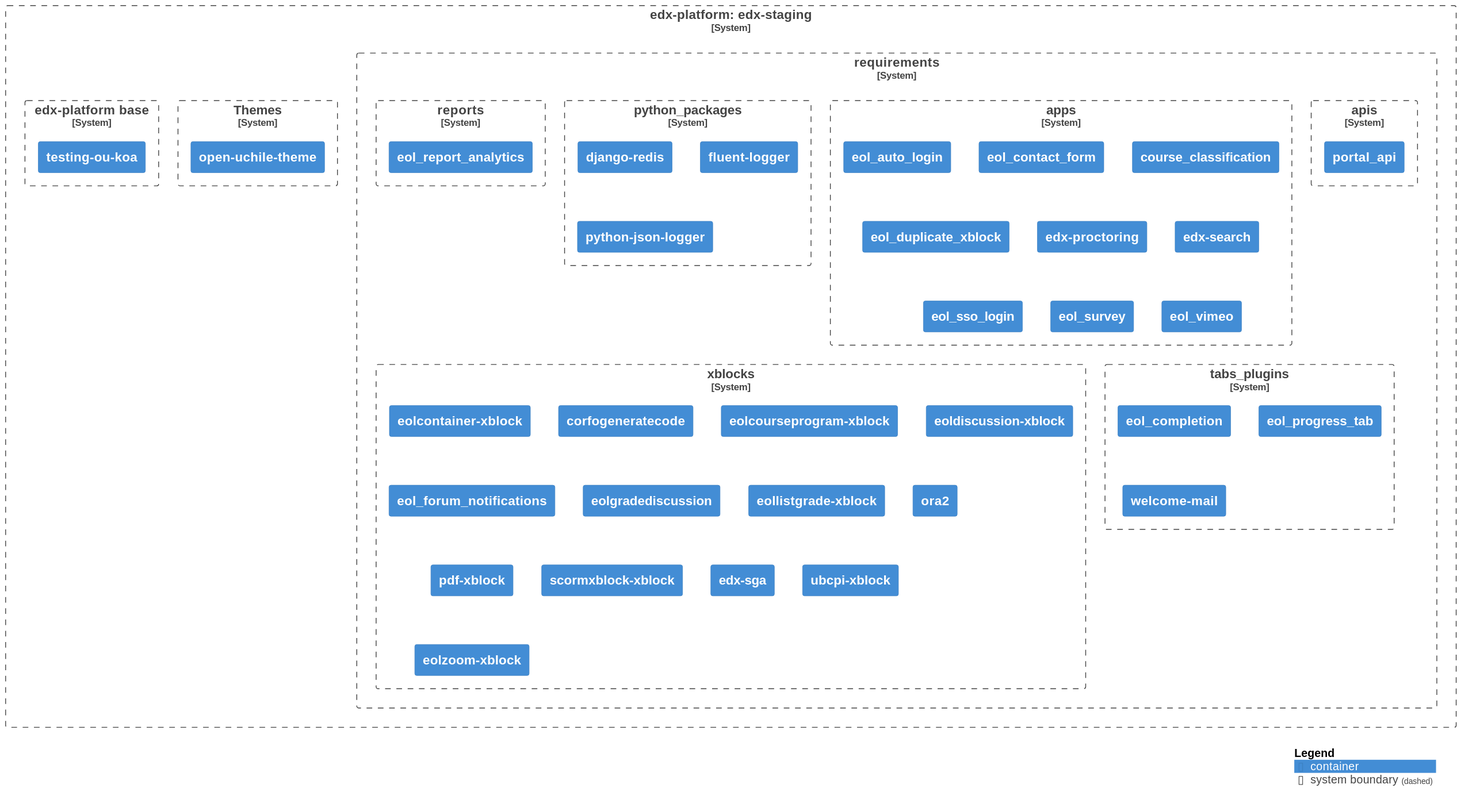
Above: diagrams/diagram.svg in eol-uchile/edx-staging (PlantUML), before the change.
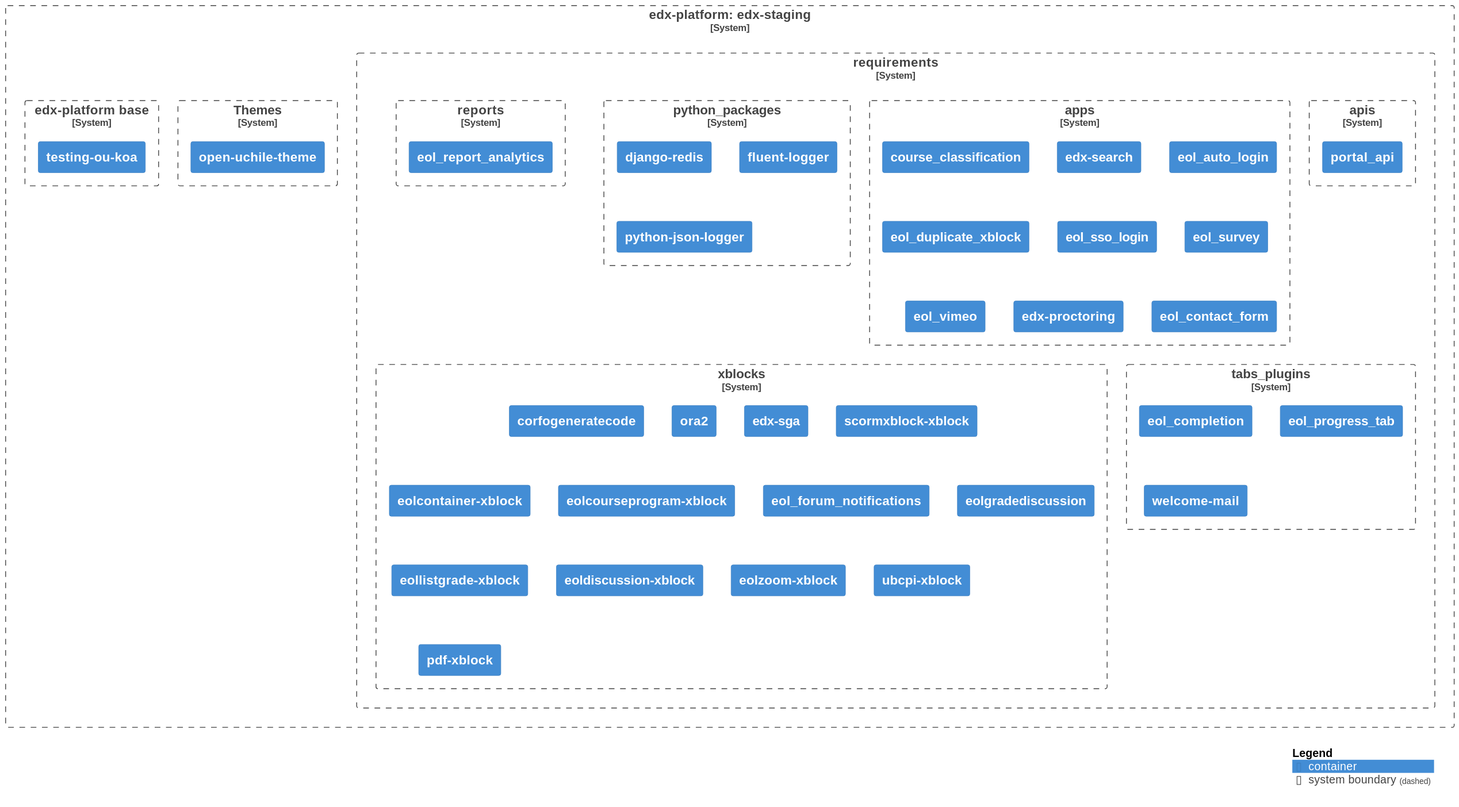
After the change.

Commit message:
Auto-generate UML diagram

The edit, as a diff of the source:
```diff
@@ -15,23 +15,23 @@
 
             System_Boundary(apps, "apps", $link="https://github.com/eol-uchile/edx-staging/blob/openuchile-release/koa/requirements/apps.txt") {
 
-                Container(apps1, "eol_auto_login", $link="https://github.com/eol-uchile/eol_auto_login")
+                Container(apps1, "course_classification", $link="https://github.com/eol-uchile/course_classification")
 
-                Container(apps2, "eol_contact_form", $link="https://github.com/open-uchile/eol_contact_form")
+                Container(apps2, "edx-search", $link="https://github.com/eol-uchile/edx-search")
 
-                Container(apps3, "course_classification", $link="https://github.com/eol-uchile/course_classification")
+                Container(apps3, "eol_auto_login", $link="https://github.com/eol-uchile/eol_auto_login")
 
                 Container(apps4, "eol_duplicate_xblock", $link="https://github.com/eol-uchile/eol_duplicate_xblock")
 
-                Container(apps5, "edx-proctoring", $link="https://github.com/open-uchile/edx-proctoring")
+                Container(apps5, "eol_sso_login", $link="https://github.com/eol-uchile/eol_sso_login")
 
-                Container(apps6, "edx-search", $link="https://github.com/eol-uchile/edx-search")
+                Container(apps6, "eol_survey", $link="https://github.com/eol-uchile/eol_survey")
 
-                Container(apps7, "eol_sso_login", $link="https://github.com/eol-uchile/eol_sso_login")
+                Container(apps7, "eol_vimeo", $link="https://github.com/eol-uchile/eol_vimeo")
 
-                Container(apps8, "eol_survey", $link="https://github.com/eol-uchile/eol_survey")
+                Container(apps8, "edx-proctoring", $link="https://github.com/open-uchile/edx-proctoring")
 
-                Container(apps9, "eol_vimeo", $link="https://github.com/eol-uchile/eol_vimeo")
+                Container(apps9, "eol_contact_form", $link="https://github.com/open-uchile/eol_contact_form")
 
             }
 
@@ -63,31 +63,31 @@
 
             System_Boundary(xblocks, "xblocks", $link="https://github.com/eol-uchile/edx-staging/blob/openuchile-release/koa/requirements/xblocks.txt") {
 
-                Container(xblocks1, "eolcontainer-xblock", $link="https://github.com/eol-uchile/eol-container-xblock.git")
+                Container(xblocks1, "corfogeneratecode", $link="https://github.com/eol-uchile/corfo_generate_code")
 
-                Container(xblocks2, "corfogeneratecode", $link="https://github.com/eol-uchile/corfo_generate_code")
+                Container(xblocks2, "ora2", $link="https://github.com/eol-uchile/edx-ora2")
 
-                Container(xblocks3, "eolcourseprogram-xblock", $link="https://github.com/eol-uchile/eol-course-program-xblock")
+                Container(xblocks3, "edx-sga", $link="https://github.com/eol-uchile/edx-sga")
 
-                Container(xblocks4, "eoldiscussion-xblock", $link="https://github.com/eol-uchile/eol_xblock_discussion")
+                Container(xblocks4, "scormxblock-xblock", $link="https://github.com/eol-uchile/edx_xblock_scorm")
 
-                Container(xblocks5, "eol_forum_notifications", $link="https://github.com/eol-uchile/eol_forum_notifications")
+                Container(xblocks5, "eolcontainer-xblock", $link="https://github.com/eol-uchile/eol-container-xblock")
 
-                Container(xblocks6, "eolgradediscussion", $link="https://github.com/eol-uchile/eol_gradeforum_xblock")
+                Container(xblocks6, "eolcourseprogram-xblock", $link="https://github.com/eol-uchile/eol-course-program-xblock")
 
-                Container(xblocks7, "eollistgrade-xblock", $link="https://github.com/eol-uchile/eol_list_grade")
+                Container(xblocks7, "eol_forum_notifications", $link="https://github.com/eol-uchile/eol_forum_notifications")
 
-                Container(xblocks8, "ora2", $link="https://github.com/eol-uchile/edx-ora2.git")
+                Container(xblocks8, "eolgradediscussion", $link="https://github.com/eol-uchile/eol_gradeforum_xblock")
 
-                Container(xblocks9, "pdf-xblock", $link="https://github.com/open-uchile/pdfXBlock")
+                Container(xblocks9, "eollistgrade-xblock", $link="https://github.com/eol-uchile/eol_list_grade")
 
-                Container(xblocks10, "scormxblock-xblock", $link="https://github.com/eol-uchile/edx_xblock_scorm")
+                Container(xblocks10, "eoldiscussion-xblock", $link="https://github.com/eol-uchile/eol_xblock_discussion")
 
-                Container(xblocks11, "edx-sga", $link="https://github.com/eol-uchile/edx-sga")
+                Container(xblocks11, "eolzoom-xblock", $link="https://github.com/eol-uchile/eol-zoom-xblock")
 
                 Container(xblocks12, "ubcpi-xblock", $link="https://github.com/eol-uchile/ubcpi")
 
-                Container(xblocks13, "eolzoom-xblock", $link="https://github.com/eol-uchile/eol-zoom-xblock")
+                Container(xblocks13, "pdf-xblock", $link="https://github.com/open-uchile/pdfXBlock")
 
             }
 
```
